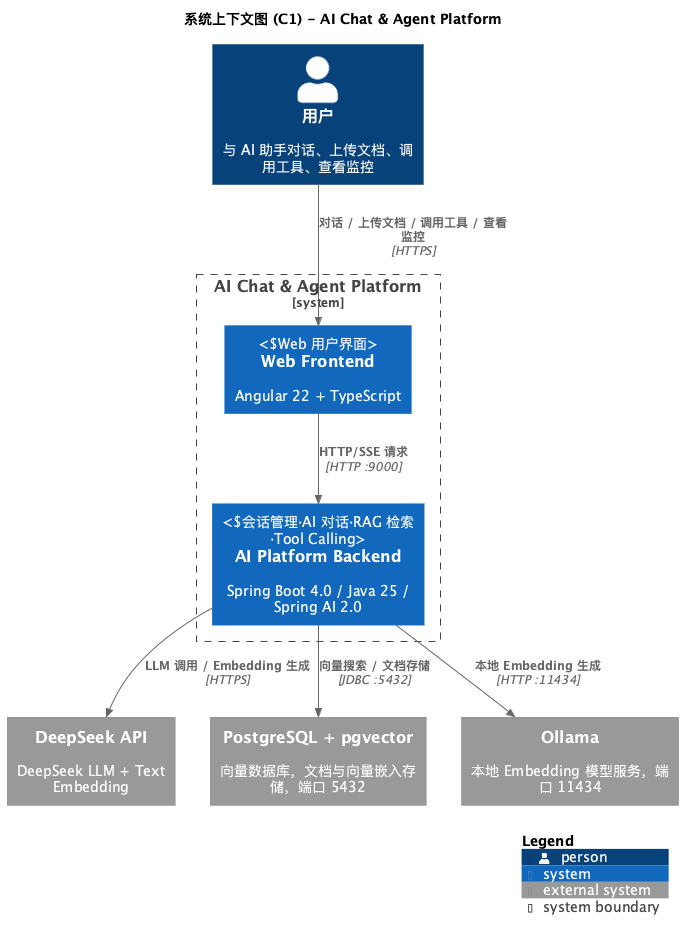
Before: docs/c4/png/C1-Context.png, a diagram exported from PlantUML (felixzhu97/ai-explore).
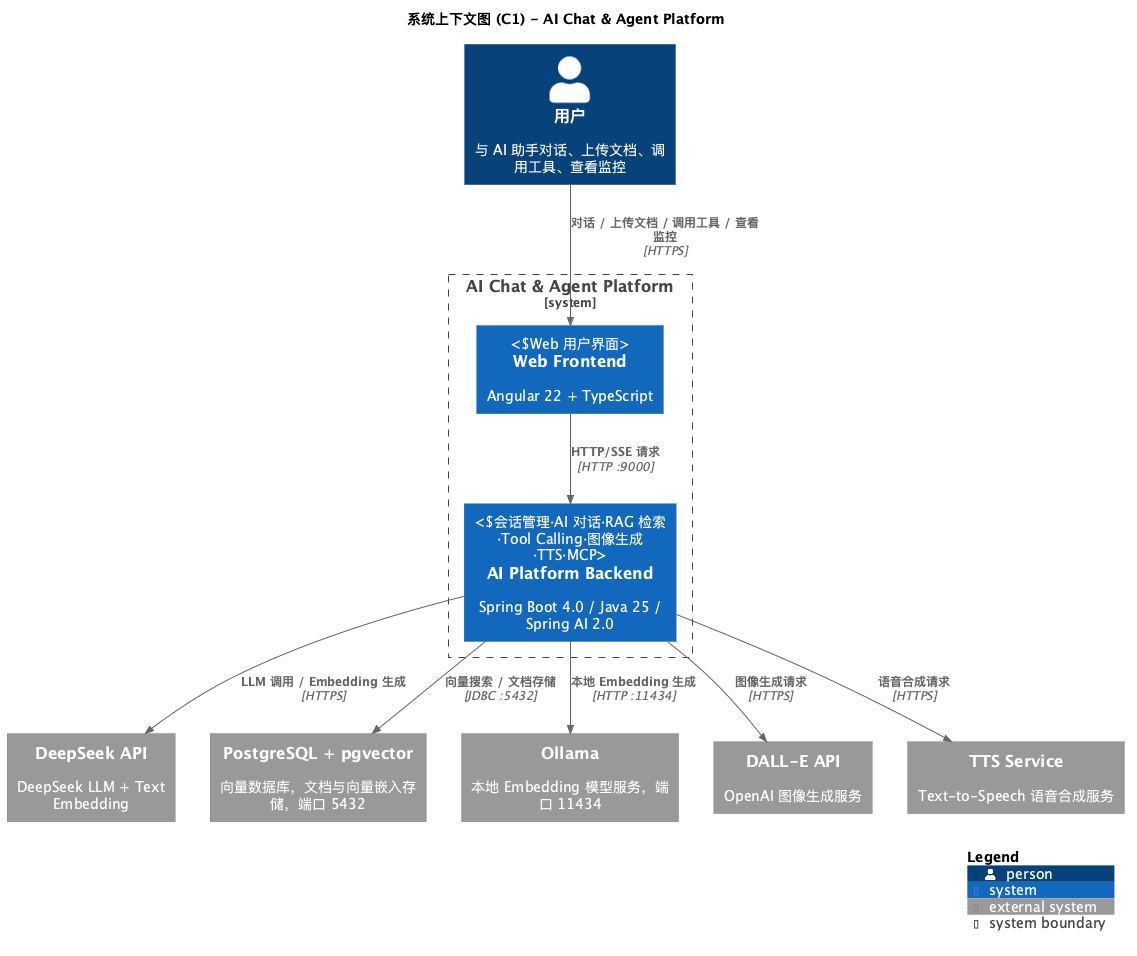
Above is the later version.

Change to the diagram source:
```diff
@@ -9,18 +9,22 @@
 
 System_Boundary(ai_platform, "AI Chat & Agent Platform") {
     System(frontend, "Web Frontend", "Angular 22 + TypeScript", "Web 用户界面")
-    System(backend, "AI Platform Backend", "Spring Boot 4.0 / Java 25 / Spring AI 2.0", "会话管理·AI 对话·RAG 检索·Tool Calling")
+    System(backend, "AI Platform Backend", "Spring Boot 4.0 / Java 25 / Spring AI 2.0", "会话管理·AI 对话·RAG 检索·Tool Calling·图像生成·TTS·MCP")
 }
 
 System_Ext(deepseek_api, "DeepSeek API", "DeepSeek LLM + Text Embedding")
 System_Ext(postgresql, "PostgreSQL + pgvector", "向量数据库，文档与向量嵌入存储，端口 5432")
 System_Ext(ollama, "Ollama", "本地 Embedding 模型服务，端口 11434")
+System_Ext(dalle_api, "DALL-E API", "OpenAI 图像生成服务")
+System_Ext(tts_api, "TTS Service", "Text-to-Speech 语音合成服务")
 
 Rel(user, frontend, "对话 / 上传文档 / 调用工具 / 查看监控", "HTTPS")
 Rel(frontend, backend, "HTTP/SSE 请求", "HTTP :9000")
 Rel(backend, deepseek_api, "LLM 调用 / Embedding 生成", "HTTPS")
 Rel(backend, postgresql, "向量搜索 / 文档存储", "JDBC :5432")
 Rel(backend, ollama, "本地 Embedding 生成", "HTTP :11434")
+Rel(backend, dalle_api, "图像生成请求", "HTTPS")
+Rel(backend, tts_api, "语音合成请求", "HTTPS")
 
 SHOW_LEGEND()
 @enduml
```
